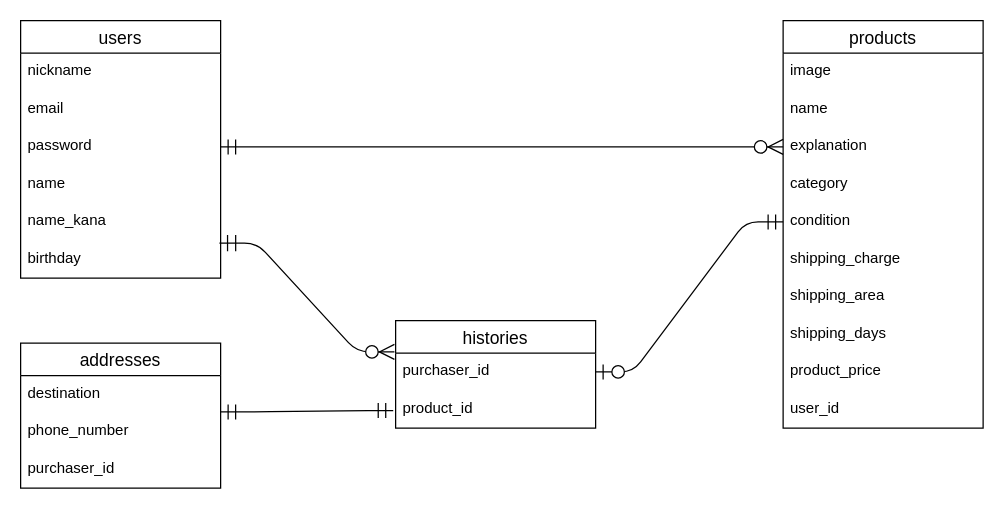
Before: er_diagram.dio in tomato95yen/furima-33463, a draw.io diagram. Source tidied: cells renumbered, new cells numbered last; positions are measured from the earlier drawing's top-left corner, leaving out a move shared by most shapes. Both pictures are drawn from the tidied source at 125%, with x=0, y=0 at pixel (20, 20).
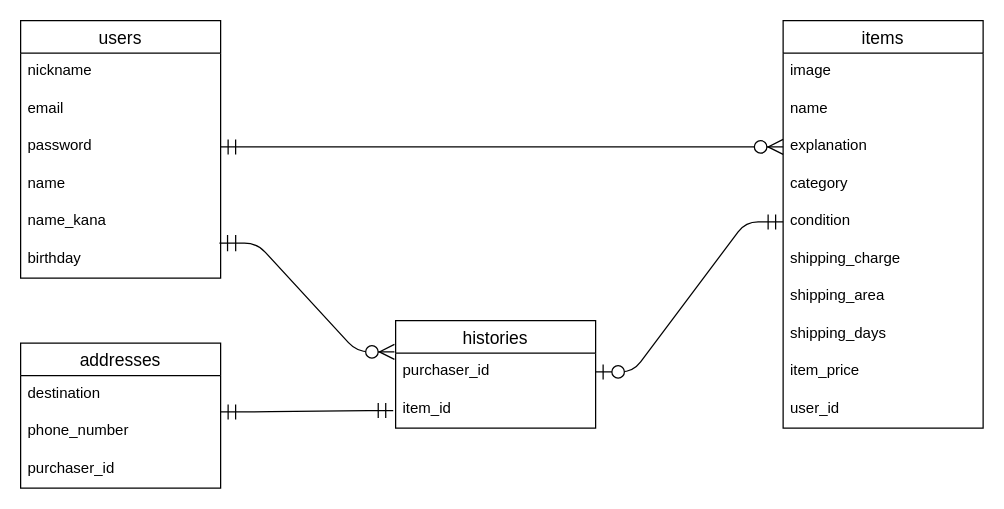
Above is the later version.

Commit message (it also covers changes not shown here):
DB設計テーブル名を一部修正

Unchanged cells that the change refers to:
```xml
<mxCell id="25" value="histories" style="swimlane;fontStyle=0;horizontal=1;startSize=26;align=center;fontSize=14;" parent="1" vertex="1">
  <mxGeometry x="300" y="240" width="160" height="86" as="geometry" />
</mxCell>
```

What changed in the source:
```diff
@@
-    <mxCell id="9" value="products" style="swimlane;fontStyle=0;horizontal=1;startSize=26;align=center;fontSize=14;" parent="1" vertex="1">
+    <mxCell id="9" value="items" style="swimlane;fontStyle=0;horizontal=1;startSize=26;align=center;fontSize=14;" parent="1" vertex="1">
       <mxGeometry x="610" width="160" height="326" as="geometry" />
     </mxCell>
@@
-    <mxCell id="18" value="product_price" style="text;strokeColor=none;fillColor=none;spacingLeft=4;spacingRight=4;overflow=hidden;fontSize=12;" parent="9" vertex="1">
+    <mxCell id="18" value="item_price" style="text;strokeColor=none;fillColor=none;spacingLeft=4;spacingRight=4;overflow=hidden;fontSize=12;" parent="9" vertex="1">
       <mxGeometry y="266" width="160" height="30" as="geometry" />
     </mxCell>
@@
-    <mxCell id="27" value="product_id" style="text;strokeColor=none;fillColor=none;spacingLeft=4;spacingRight=4;overflow=hidden;points=[[0,0.5],[1,0.5]];portConstraint=eastwest;fontSize=12;" parent="25" vertex="1">
+    <mxCell id="27" value="item_id" style="text;strokeColor=none;fillColor=none;spacingLeft=4;spacingRight=4;overflow=hidden;points=[[0,0.5],[1,0.5]];portConstraint=eastwest;fontSize=12;" parent="25" vertex="1">
       <mxGeometry y="56" width="160" height="30" as="geometry" />
     </mxCell>
```
